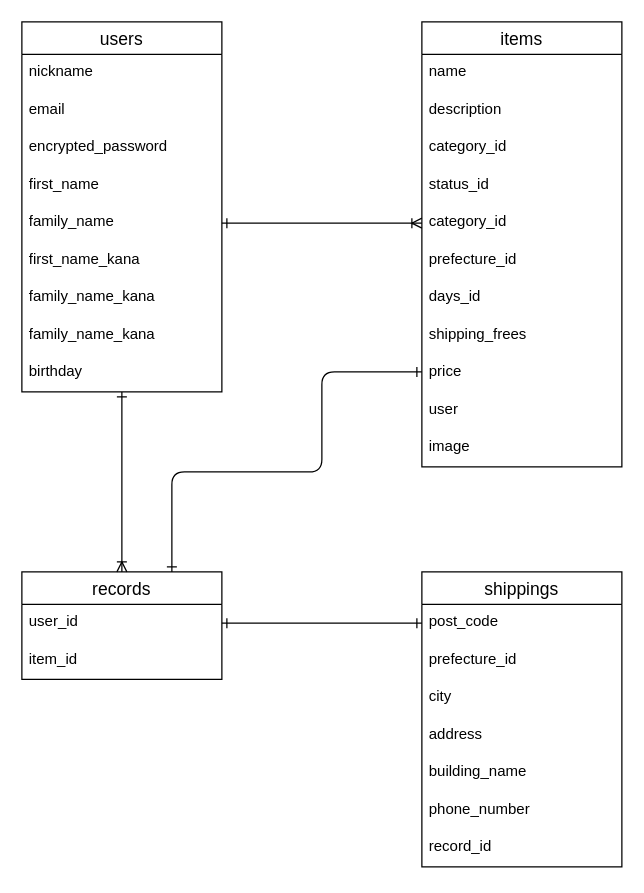
The draw.io diagram db.dio in kohohsuke/furima-35532, before the edit. Source tidied: cells renumbered, new cells numbered last; positions are measured from the earlier drawing's top-left corner, leaving out a move shared by most shapes. Both pictures are drawn from the tidied source at 125%, with x=0, y=0 at pixel (21, 21).
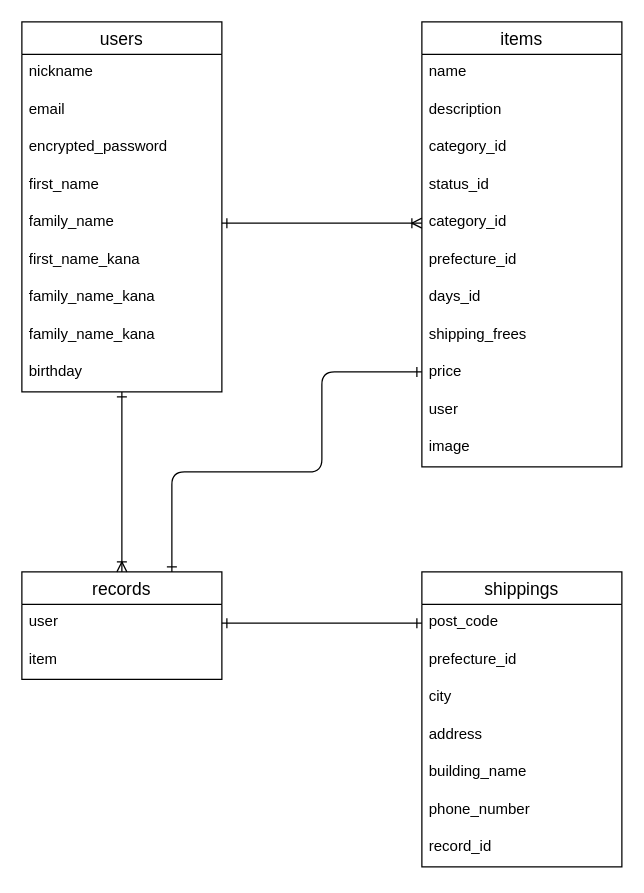
The same diagram, later.

Commit message (it also covers changes not shown here):
購入記録テーブルをinteger型からreferences型に変更

The change refers to these unchanged cells:
```xml
<mxCell id="24" value="records" style="swimlane;fontStyle=0;horizontal=1;startSize=26;align=center;fontSize=14;" parent="1" vertex="1">
  <mxGeometry y="440" width="160" height="86" as="geometry" />
</mxCell>
```

Diff of the diagram source:
```diff
@@
-    <mxCell id="25" value="user_id" style="text;strokeColor=none;fillColor=none;spacingLeft=4;spacingRight=4;overflow=hidden;points=[[0,0.5],[1,0.5]];portConstraint=eastwest;fontSize=12;" parent="24" vertex="1">
+    <mxCell id="25" value="user" style="text;strokeColor=none;fillColor=none;spacingLeft=4;spacingRight=4;overflow=hidden;points=[[0,0.5],[1,0.5]];portConstraint=eastwest;fontSize=12;" parent="24" vertex="1">
       <mxGeometry y="26" width="160" height="30" as="geometry" />
     </mxCell>
-    <mxCell id="26" value="item_id" style="text;strokeColor=none;fillColor=none;spacingLeft=4;spacingRight=4;overflow=hidden;fontSize=12;" parent="24" vertex="1">
+    <mxCell id="26" value="item" style="text;strokeColor=none;fillColor=none;spacingLeft=4;spacingRight=4;overflow=hidden;fontSize=12;" parent="24" vertex="1">
       <mxGeometry y="56" width="160" height="30" as="geometry" />
     </mxCell>
```
